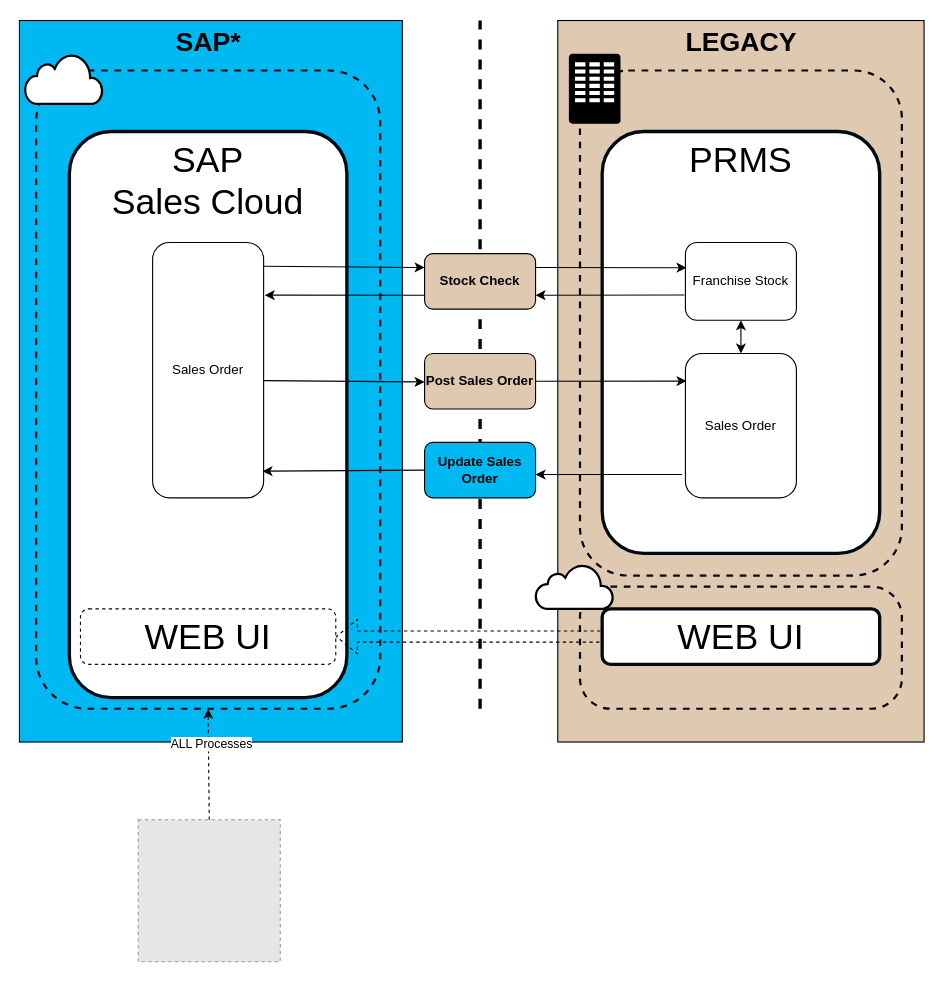
The draw.io diagram page "Option 3b - Web PRMS" (6 of 9) of Franchise.drawio in mrf742002/Diagrams, before the edit. Source tidied: cells renumbered, new cells numbered last; positions are measured from the earlier drawing's top-left corner, leaving out a move shared by most shapes. Both pictures are drawn from the tidied source at 111%, with x=0, y=0 at pixel (19, 20). Pictures stored in the file or linked from it are replaced by grey dashed boxes.
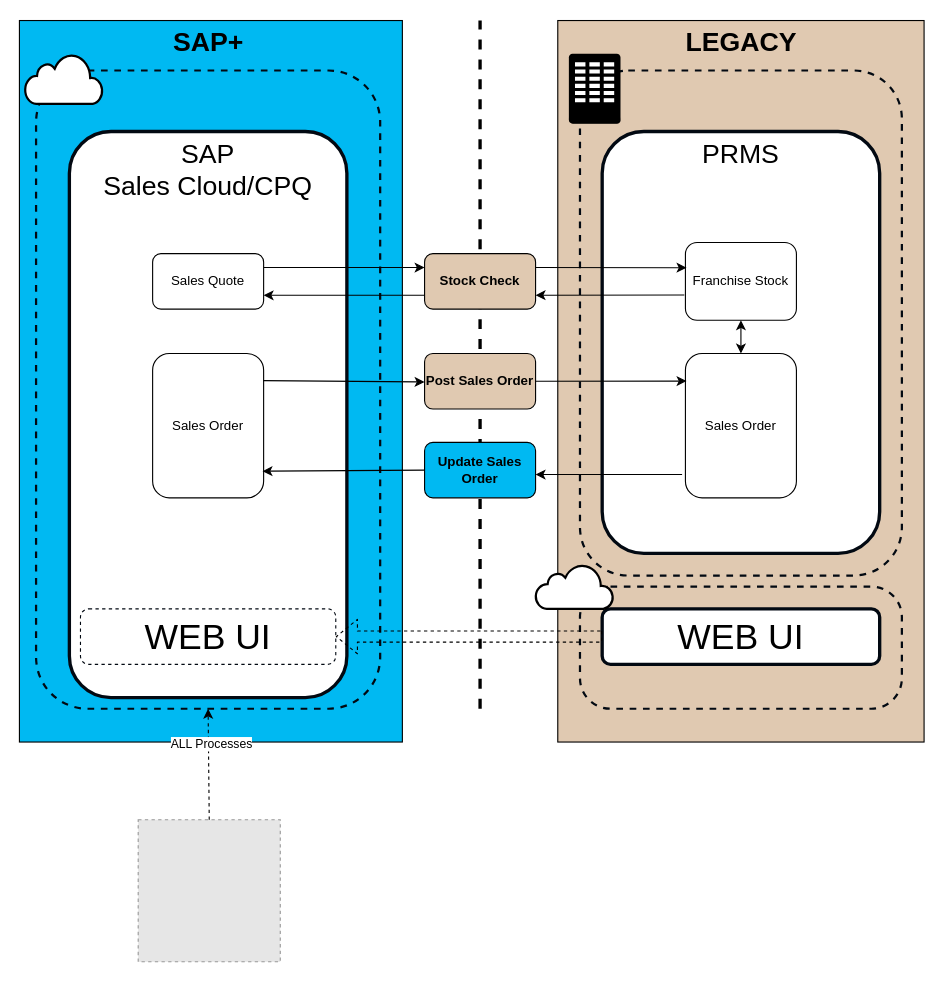
The same page after the edit.

The change refers to these unchanged cells:
```xml
<mxCell id="14" value="Stock Check" style="rounded=1;whiteSpace=wrap;html=1;fontStyle=1;fillColor=#E0C9B1;" parent="1" vertex="1">
  <mxGeometry x="365" y="210" width="100" height="50" as="geometry" />
</mxCell>
```

Change to the diagram source:
```diff
@@
-    <mxCell id="8" value="&lt;font style=&quot;font-size: 32px&quot;&gt;PRMS&lt;/font&gt;" style="rounded=1;whiteSpace=wrap;html=1;verticalAlign=top;strokeWidth=3;strokeColor=#020912;" parent="1" vertex="1">
+    <mxCell id="8" value="&lt;font style=&quot;font-size: 24px&quot;&gt;PRMS&lt;/font&gt;" style="rounded=1;whiteSpace=wrap;html=1;verticalAlign=top;strokeWidth=3;strokeColor=#020912;" parent="1" vertex="1">
       <mxGeometry x="525" y="100" width="250" height="380" as="geometry" />
     </mxCell>
@@
-    <mxCell id="10" value="&lt;font style=&quot;font-size: 32px&quot;&gt;SAP &lt;br&gt;Sales Cloud&lt;/font&gt;" style="rounded=1;whiteSpace=wrap;html=1;verticalAlign=top;strokeWidth=3;strokeColor=#020912;" parent="1" vertex="1">
+    <mxCell id="10" value="&lt;font style=&quot;font-size: 24px&quot;&gt;SAP &lt;br&gt;Sales Cloud/CPQ&lt;/font&gt;" style="rounded=1;whiteSpace=wrap;html=1;verticalAlign=top;strokeWidth=3;strokeColor=#020912;" parent="1" vertex="1">
       <mxGeometry x="45" y="100" width="250" height="510" as="geometry" />
     </mxCell>
@@
     <mxCell id="13" value="Sales Order" style="rounded=1;whiteSpace=wrap;html=1;" parent="1" vertex="1">
-      <mxGeometry x="120" y="200" width="100" height="230" as="geometry" />
+      <mxGeometry x="120" y="300" width="100" height="130" as="geometry" />
     </mxCell>
@@
-    <mxCell id="15" style="endArrow=classic;html=1;entryX=0;entryY=0.25;entryDx=0;entryDy=0;exitX=0.997;exitY=0.093;exitDx=0;exitDy=0;exitPerimeter=0;" parent="1" edge="1" source="13" target="14">
+    <mxCell id="15" style="endArrow=classic;html=1;entryX=0;entryY=0.25;entryDx=0;entryDy=0;exitX=1;exitY=0.25;exitDx=0;exitDy=0;" parent="1" edge="1" source="36" target="14">
       <mxGeometry relative="1" as="geometry" />
     </mxCell>
-    <mxCell id="16" style="endArrow=classic;html=1;exitX=0;exitY=0.75;exitDx=0;exitDy=0;entryX=1.01;entryY=0.206;entryDx=0;entryDy=0;entryPerimeter=0;" parent="1" edge="1" source="14" target="13">
+    <mxCell id="16" style="endArrow=classic;html=1;exitX=0;exitY=0.75;exitDx=0;exitDy=0;entryX=1;entryY=0.75;entryDx=0;entryDy=0;" parent="1" edge="1" source="14" target="36">
       <mxGeometry relative="1" as="geometry" />
     </mxCell>
@@
-    <mxCell id="22" value="&lt;font style=&quot;font-size: 24px&quot;&gt;SAP*&lt;/font&gt;" style="text;html=1;align=center;verticalAlign=middle;strokeColor=none;fontStyle=1;" parent="1" vertex="1">
-      <mxGeometry x="135" y="10" width="70" height="20" as="geometry" />
+    <mxCell id="22" value="&lt;font style=&quot;font-size: 24px&quot;&gt;SAP+&lt;/font&gt;" style="text;html=1;align=center;verticalAlign=middle;strokeColor=none;fontStyle=1;" parent="1" vertex="1">
+      <mxGeometry x="130" y="10" width="80" height="20" as="geometry" />
     </mxCell>
@@
+    <mxCell id="36" value="Sales Quote" style="rounded=1;whiteSpace=wrap;html=1;" parent="1" vertex="1">
+      <mxGeometry x="120" y="210" width="100" height="50" as="geometry" />
+    </mxCell>
```
